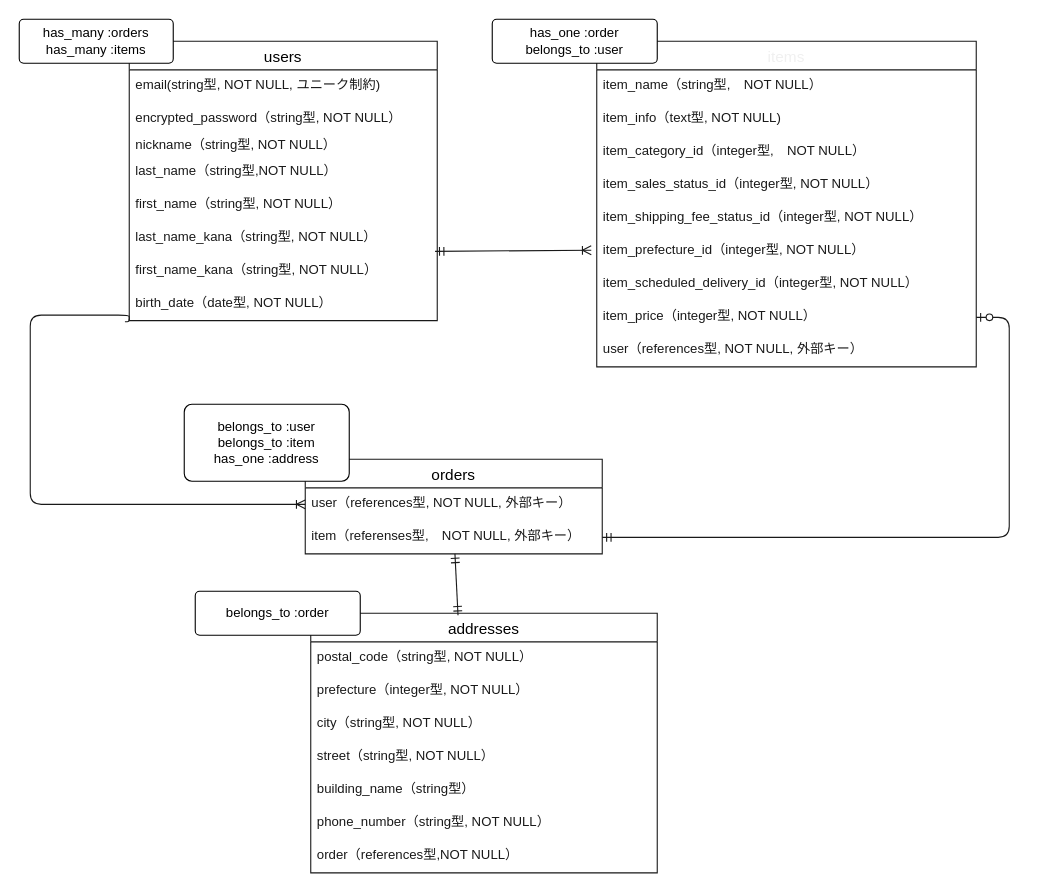
Above: ER.dio in motooga/furima-38955 (draw.io), before the change. Source tidied: cells renumbered, new cells numbered last; positions are measured from the earlier drawing's top-left corner, leaving out a move shared by most shapes. Both pictures are drawn from the tidied source at 110%, with x=0, y=0 at pixel (19, 19).
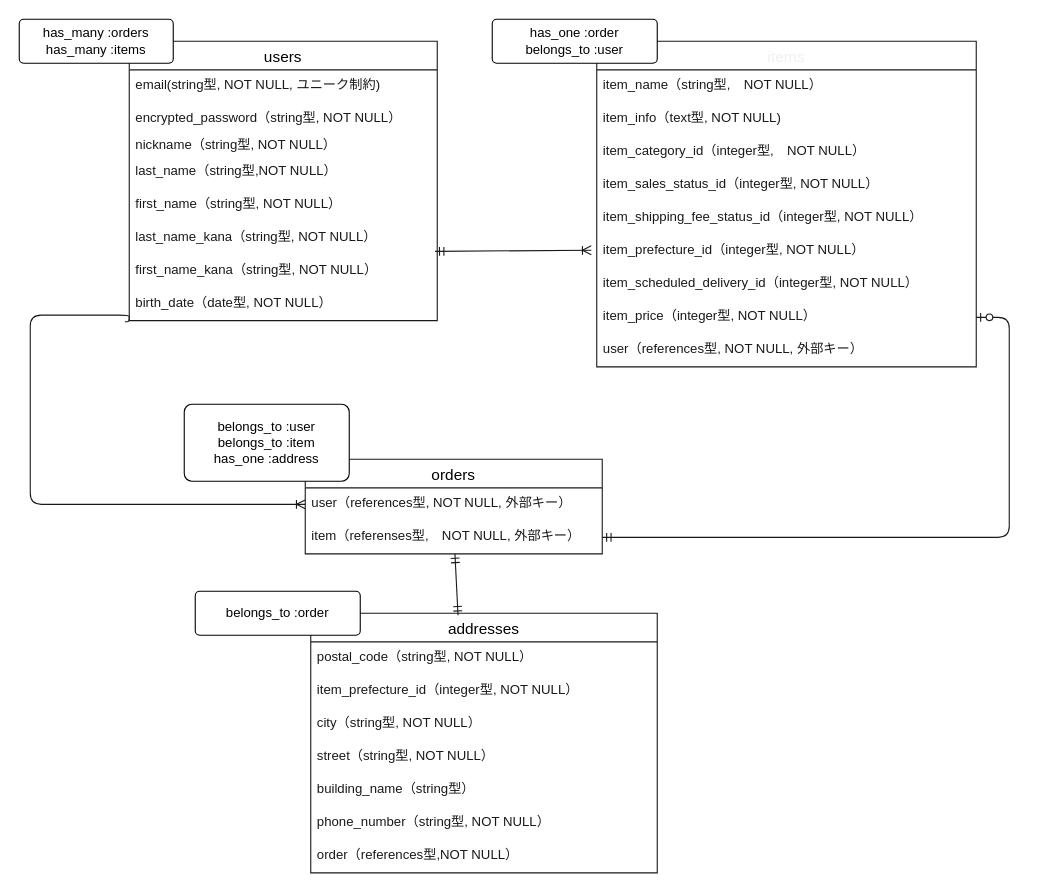
After the change.

Unchanged cells that the change refers to:
```xml
<mxCell id="24" value="addresses" style="swimlane;fontStyle=0;horizontal=1;startSize=26;align=center;fontSize=14;strokeColor=#191919;" parent="1" vertex="1">
  <mxGeometry x="265" y="540" width="315" height="236" as="geometry" />
</mxCell>
```

What changed in the source:
```diff
@@
-    <mxCell id="26" value="prefecture（integer型, NOT NULL）" style="text;strokeColor=none;fillColor=none;spacingLeft=4;spacingRight=4;overflow=hidden;fontSize=12;fontColor=#191919;" parent="24" vertex="1">
+    <mxCell id="26" value="item_prefecture_id（integer型, NOT NULL）" style="text;strokeColor=none;fillColor=none;spacingLeft=4;spacingRight=4;overflow=hidden;fontSize=12;fontColor=#191919;" parent="24" vertex="1">
       <mxGeometry y="56" width="315" height="30" as="geometry" />
     </mxCell>
```
